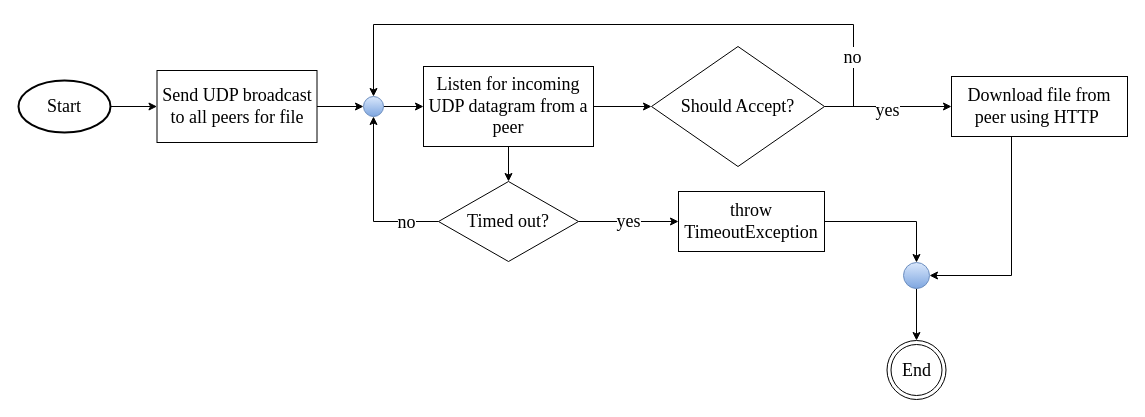
devxpy/draw.io keeps this draw.io diagram as page "Page-1" (1 of 6) of network_file.drawio. Above is the earlier version. Source tidied: cells renumbered, new cells numbered last; positions are measured from the earlier drawing's top-left corner, leaving out a move shared by most shapes. Both pictures are drawn from the tidied source at 100%, with x=0, y=0 at pixel (18, 24).
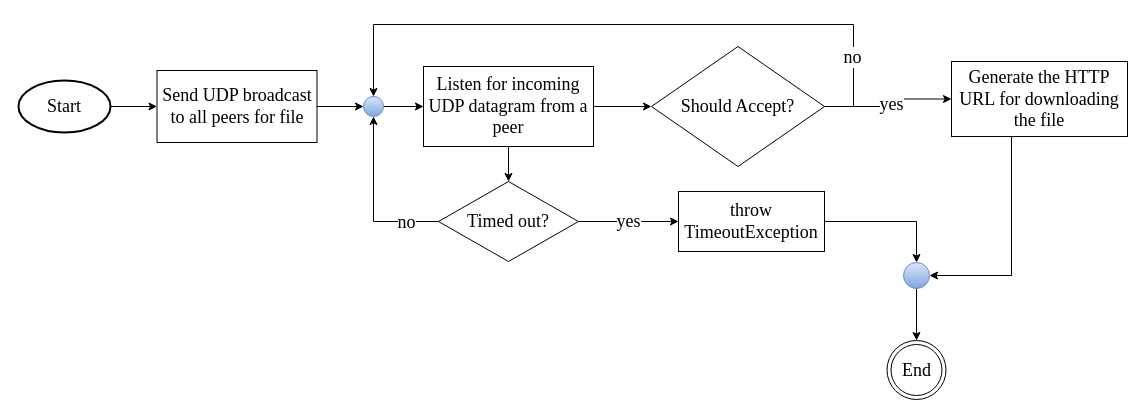
The same page after the edit.

The edit, as a diff of the source:
```diff
@@
-    <mxCell id="13" value="&lt;font style=&quot;font-size: 18px&quot;&gt;Download file from peer using HTTP&amp;nbsp;&lt;/font&gt;" style="rounded=0;whiteSpace=wrap;html=1;fontSize=14;fontFamily=Times New Roman;" parent="1" vertex="1">
-      <mxGeometry x="933" y="52" width="176" height="60" as="geometry" />
+    <mxCell id="13" value="&lt;font style=&quot;font-size: 18px&quot;&gt;Generate the HTTP URL for downloading the file&lt;/font&gt;" style="rounded=0;whiteSpace=wrap;html=1;fontSize=14;fontFamily=Times New Roman;" parent="1" vertex="1">
+      <mxGeometry x="933" y="37" width="176" height="75" as="geometry" />
     </mxCell>
```
